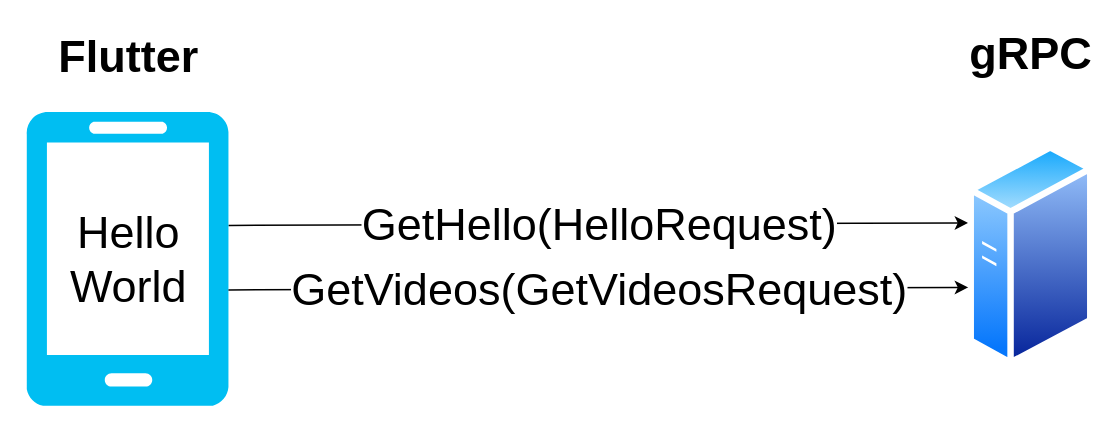
Earlier version of the draw.io diagram pr12er_diagram.drawio (codingpot/pr12er). Source tidied: cells renumbered, new cells numbered last; positions are measured from the earlier drawing's top-left corner, leaving out a move shared by most shapes. Both pictures are drawn from the tidied source at 150%, with x=0, y=0 at pixel (26, 38).
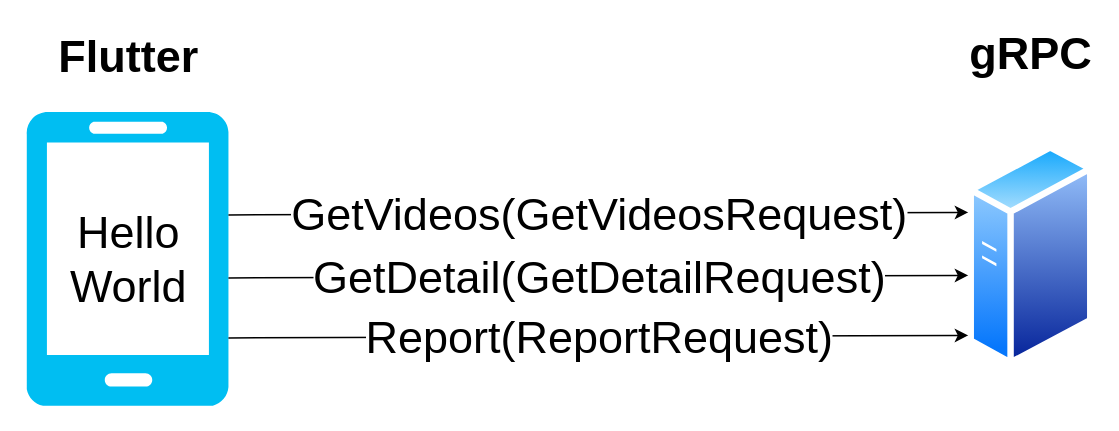
The same page after the edit.

The edit, as a diff of the source:
```diff
@@
 <mxGraphModel>
   <root>
     <mxCell id="0" />
     <mxCell id="1" parent="0" />
-    <mxCell id="2" value="&lt;font style=&quot;font-size: 30px&quot;&gt;GetHello(HelloRequest)&lt;/font&gt;" style="endArrow=classic;html=1;" parent="1" edge="1">
-      <mxGeometry relative="1" as="geometry">
-        <mxPoint x="134.8" y="124.8" as="sourcePoint" />
-        <mxPoint x="628" y="123.1" as="targetPoint" />
-      </mxGeometry>
-    </mxCell>
     <mxCell id="3" style="perimeter=ellipsePerimeter;html=1;align=center;shadow=0;dashed=0;spacingTop=3;image;image=img/lib/active_directory/generic_server.svg;" parent="1" vertex="1">
       <mxGeometry x="628" y="70" width="84" height="150" as="geometry" />
     </mxCell>
     <mxCell id="4" style="group;" parent="1" vertex="1">
       <mxGeometry width="134.8" height="245" as="geometry" />
     </mxCell>
     <mxCell id="5" style="verticalLabelPosition=bottom;html=1;verticalAlign=top;align=center;strokeColor=none;fillColor=#00BEF2;shape=mxgraph.azure.mobile;" parent="4" vertex="1">
       <mxGeometry y="49" width="134.8" height="196" as="geometry" />
     </mxCell>
     <mxCell id="6" value="&lt;font style=&quot;font-size: 30px&quot;&gt;Hello World&lt;/font&gt;" style="text;html=1;strokeColor=none;fillColor=none;align=center;verticalAlign=middle;whiteSpace=wrap;rounded=0;" parent="4" vertex="1">
       <mxGeometry x="44.1" y="134.8" width="49" height="24.5" as="geometry" />
     </mxCell>
     <mxCell id="7" value="&lt;font style=&quot;font-size: 30px&quot;&gt;Flutter&lt;/font&gt;" style="text;html=1;strokeColor=none;fillColor=none;align=center;verticalAlign=middle;whiteSpace=wrap;rounded=0;fontStyle=1;" parent="4" vertex="1">
       <mxGeometry x="44.1" width="49" height="24.5" as="geometry" />
     </mxCell>
     <mxCell id="8" value="&lt;font style=&quot;font-size: 30px&quot;&gt;gRPC&lt;/font&gt;" style="text;html=1;strokeColor=none;fillColor=none;align=center;verticalAlign=middle;whiteSpace=wrap;rounded=0;fontStyle=1;" parent="1" vertex="1">
       <mxGeometry x="650" width="40" height="20" as="geometry" />
     </mxCell>
     <mxCell id="9" value="&lt;font style=&quot;font-size: 30px&quot;&gt;GetVideos(GetVideosRequest)&lt;/font&gt;" style="endArrow=classic;html=1;" parent="1" edge="1">
       <mxGeometry relative="1" as="geometry">
-        <mxPoint x="134.8" y="167.8" as="sourcePoint" />
-        <mxPoint x="628" y="166.1" as="targetPoint" />
+        <mxPoint x="134.8" y="117.8" as="sourcePoint" />
+        <mxPoint x="628" y="116.1" as="targetPoint" />
       </mxGeometry>
     </mxCell>
+    <mxCell id="10" value="&lt;font style=&quot;font-size: 30px&quot;&gt;GetDetail(GetDetailRequest)&lt;/font&gt;" style="endArrow=classic;html=1;" parent="1" edge="1">
+      <mxGeometry relative="1" as="geometry">
+        <mxPoint x="134.8" y="159.8" as="sourcePoint" />
+        <mxPoint x="628" y="158.1" as="targetPoint" />
+      </mxGeometry>
+    </mxCell>
+    <mxCell id="11" value="&lt;font style=&quot;font-size: 30px&quot;&gt;Report(ReportRequest)&lt;/font&gt;" style="endArrow=classic;html=1;" parent="1" edge="1">
+      <mxGeometry relative="1" as="geometry">
+        <mxPoint x="134.8" y="199.8" as="sourcePoint" />
+        <mxPoint x="628" y="198.1" as="targetPoint" />
+      </mxGeometry>
+    </mxCell>
   </root>
 </mxGraphModel>
```
